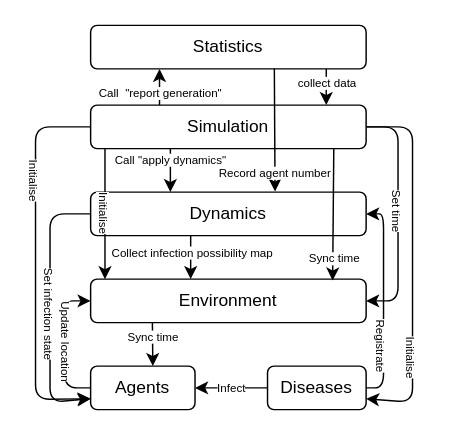
Earlier version of the draw.io diagram paper/assets/model-structure.drawio (Anson2251/camp-agent-base-model). Source tidied: cells renumbered, new cells numbered last; positions are measured from the earlier drawing's top-left corner, leaving out a move shared by most shapes. Both pictures are drawn from the tidied source at 145%, with x=0, y=0 at pixel (35, 25).
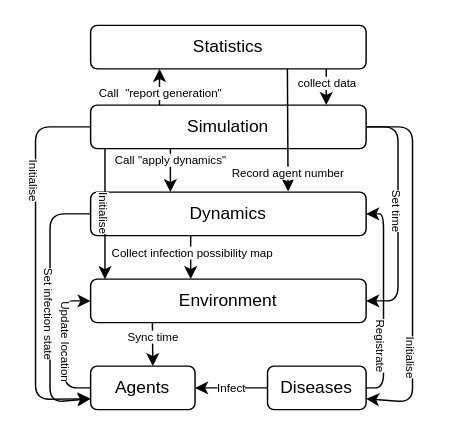
The same diagram, later.

Change to the diagram source:
```diff
@@
     <mxCell id="31" style="endArrow=classic;html=1;fontSize=8;exitX=0.893;exitY=0.99;exitDx=0;exitDy=0;exitPerimeter=0;entryX=0.896;entryY=-0.013;entryDx=0;entryDy=0;entryPerimeter=0;fontFamily=Helvetica;" parent="1" edge="1">
       <mxGeometry relative="1" as="geometry">
-        <mxPoint x="164.7" y="29.7" as="sourcePoint" />
-        <mxPoint x="165.2" y="114.6" as="targetPoint" />
+        <mxPoint x="173.7" y="29.7" as="sourcePoint" />
+        <mxPoint x="174.2" y="114.6" as="targetPoint" />
       </mxGeometry>
     </mxCell>
@@
-    <mxCell id="33" style="endArrow=classic;html=1;exitX=0.651;exitY=0.993;exitDx=0;exitDy=0;exitPerimeter=0;entryX=0.589;entryY=0.033;entryDx=0;entryDy=0;entryPerimeter=0;" parent="1" edge="1">
-      <mxGeometry relative="1" as="geometry">
-        <mxPoint x="205.7" y="84.8" as="sourcePoint" />
-        <mxPoint x="204.9" y="176" as="targetPoint" />
-      </mxGeometry>
-    </mxCell>
-    <mxCell id="34" value="Sync time" style="edgeLabel;html=1;align=center;verticalAlign=middle;fontSize=8;" parent="33" vertex="1">
-      <mxGeometry x="0.31" relative="1" as="geometry">
-        <mxPoint y="16" as="offset" />
-      </mxGeometry>
-    </mxCell>
```
